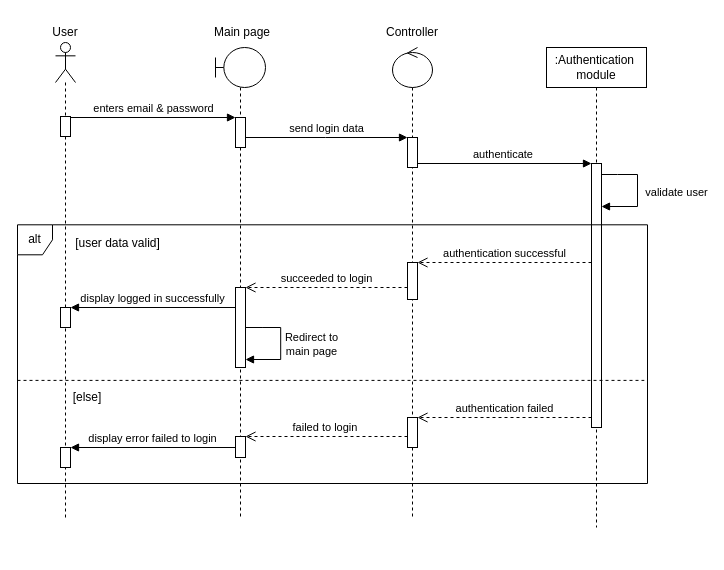
Above: uml diagram/eventRegistration_sequence.drawio in rayenbenyoussef/Jci_Manager (draw.io), before the change. Source tidied: cells renumbered, new cells numbered last; positions are measured from the earlier drawing's top-left corner, leaving out a move shared by most shapes. Both pictures are drawn from the tidied source at 100%, with x=0, y=0 at pixel (17, 17).
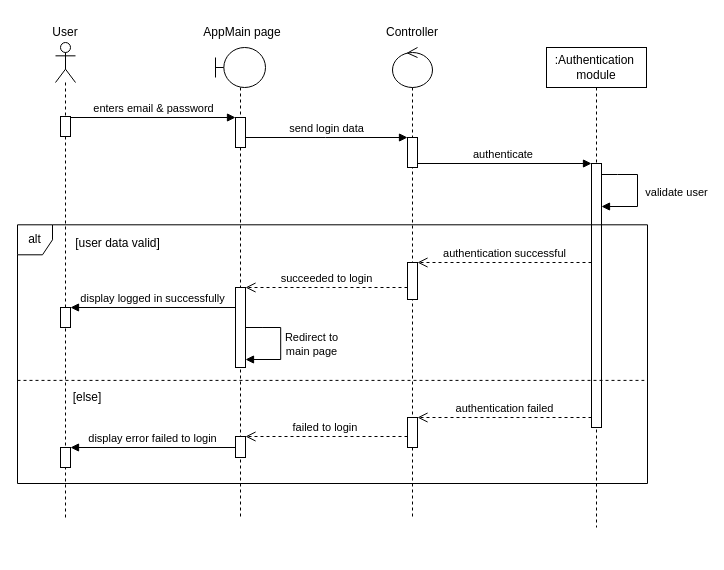
The same diagram, later.

The edit, as a diff of the source:
```diff
@@
-    <mxCell id="29" value="Main page" style="text;html=1;whiteSpace=wrap;strokeColor=none;fillColor=none;align=center;verticalAlign=middle;rounded=0;" parent="1" vertex="1">
+    <mxCell id="29" value="AppMain page" style="text;html=1;whiteSpace=wrap;strokeColor=none;fillColor=none;align=center;verticalAlign=middle;rounded=0;" parent="1" vertex="1">
       <mxGeometry x="170" width="110" height="30" as="geometry" />
     </mxCell>
```
